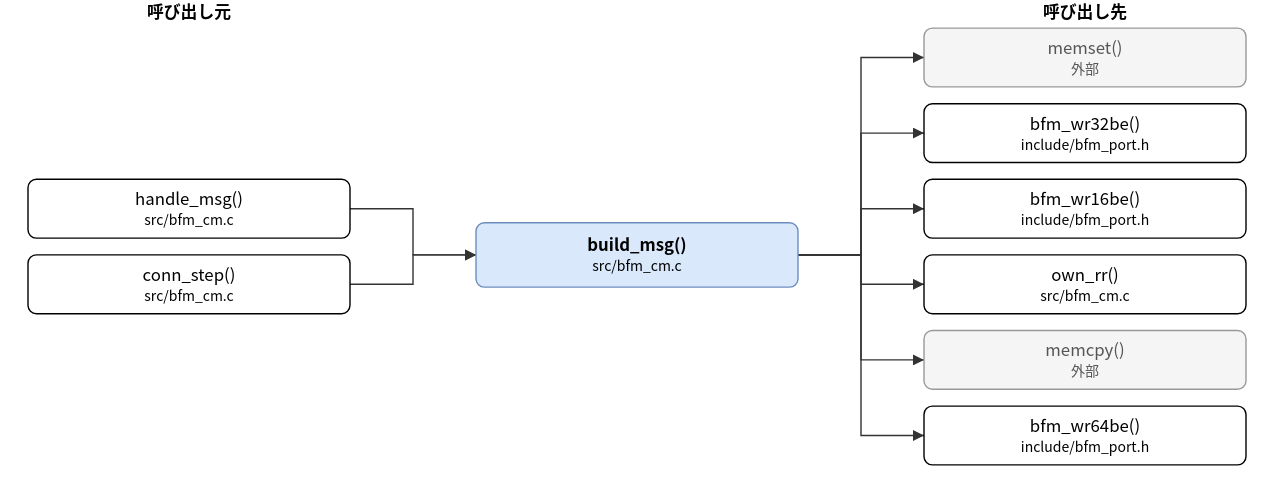
The draw.io diagram doc/spec/images/call_src_bfm_cm-build_msg.drawio.svg in hf355051012-ai/bfmem, before a commit. Source tidied: cells renumbered, new cells last; positions are measured from the earlier drawing's top-left corner, leaving out a move shared by most shapes.
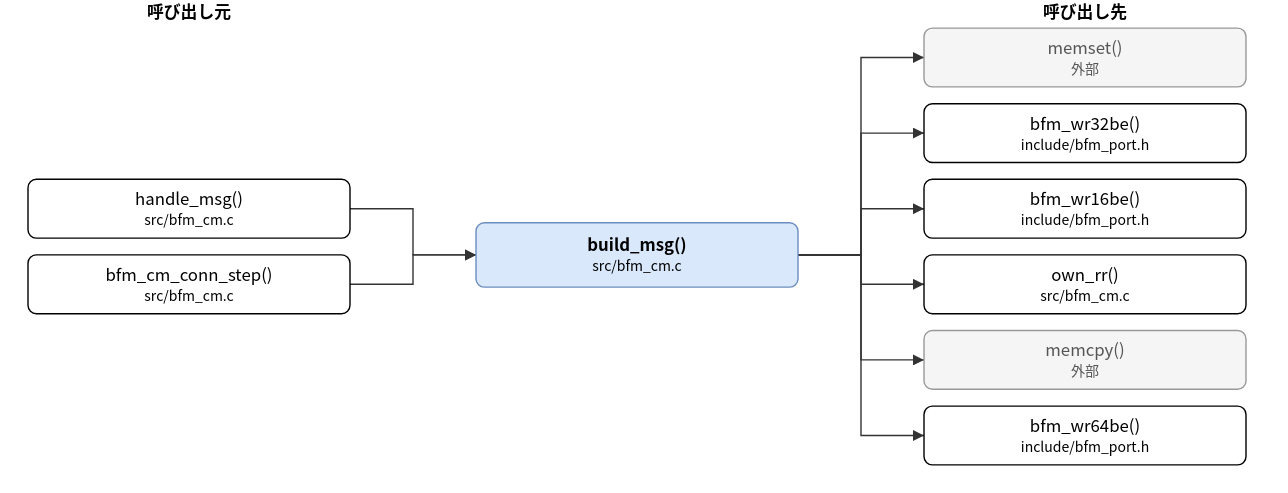
Later version of the same file.

What changed in the source:
```diff
@@ -8,7 +8,7 @@
     <mxCell id="3" value="handle_msg()&lt;br&gt;&lt;font style=&quot;font-size:10px&quot;&gt;src/bfm_cm.c&lt;/font&gt;" style="rounded=1;whiteSpace=wrap;html=1;" parent="1" vertex="1">
       <mxGeometry y="128" width="230" height="42" as="geometry" />
     </mxCell>
-    <mxCell id="4" value="conn_step()&lt;br&gt;&lt;font style=&quot;font-size:10px&quot;&gt;src/bfm_cm.c&lt;/font&gt;" style="rounded=1;whiteSpace=wrap;html=1;" parent="1" vertex="1">
+    <mxCell id="4" value="bfm_cm_conn_step()&lt;br&gt;&lt;font style=&quot;font-size:10px&quot;&gt;src/bfm_cm.c&lt;/font&gt;" style="rounded=1;whiteSpace=wrap;html=1;" parent="1" vertex="1">
       <mxGeometry y="182" width="230" height="42" as="geometry" />
     </mxCell>
     <mxCell id="5" value="memset()&lt;br&gt;&lt;font style=&quot;font-size:10px&quot;&gt;外部&lt;/font&gt;" style="rounded=1;whiteSpace=wrap;html=1;fillColor=#f5f5f5;strokeColor=#999999;fontColor=#555555;" parent="1" vertex="1">
```
